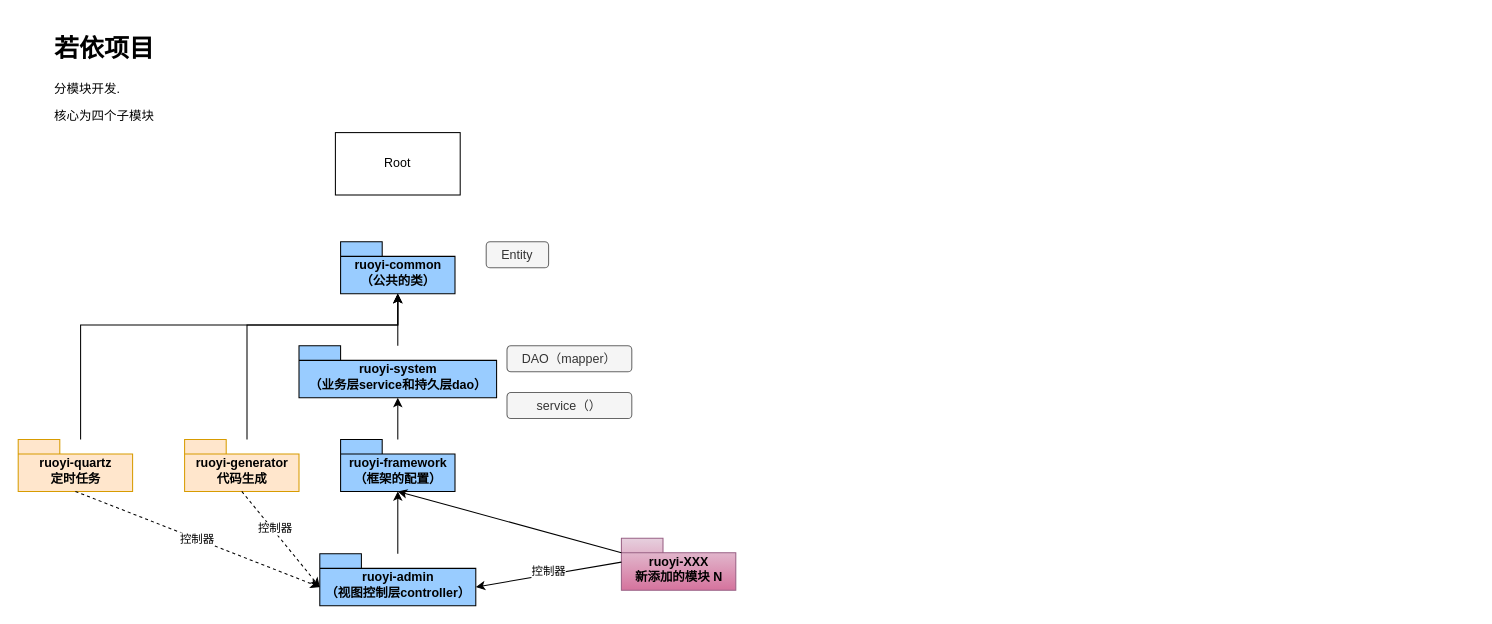
The draw.io diagram page "文件结构（模块关系）" (3 of 6) of RuoYi/若依框架.drawio in weihuohuayi/draw.io, before the edit. Source tidied: cells renumbered, new cells numbered last; positions are measured from the earlier drawing's top-left corner, leaving out a move shared by most shapes. Both pictures are drawn from the tidied source at 104%, with x=0, y=0 at pixel (18, 28).
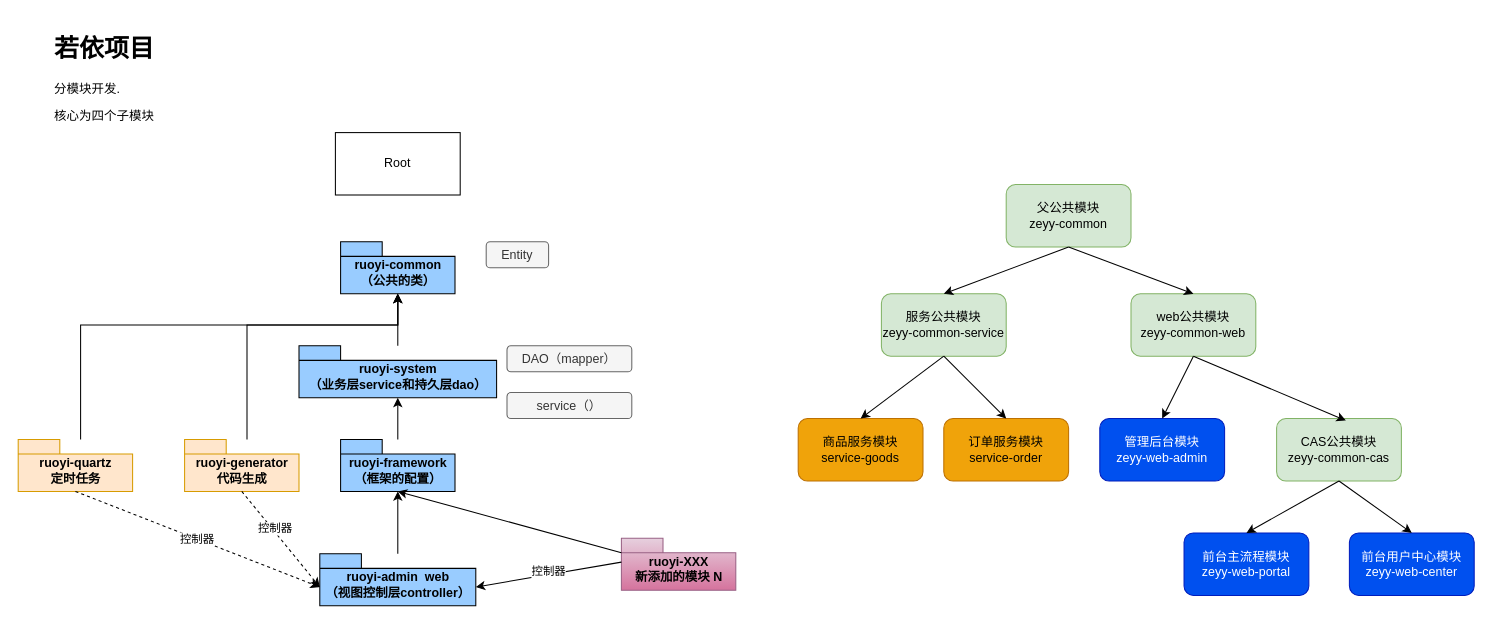
Above is the later version.

What changed in the source:
```diff
@@
-    <mxCell id="10" value="ruoyi-admin&lt;br&gt;（视图控制层controller）" style="shape=folder;fontStyle=1;spacingTop=10;tabWidth=40;tabHeight=14;tabPosition=left;html=1;fillColor=#99CCFF;" parent="1" vertex="1">
+    <mxCell id="10" value="ruoyi-admin&amp;nbsp; web&lt;br&gt;（视图控制层controller）" style="shape=folder;fontStyle=1;spacingTop=10;tabWidth=40;tabHeight=14;tabPosition=left;html=1;fillColor=#99CCFF;" parent="1" vertex="1">
       <mxGeometry x="290" y="505" width="150" height="50" as="geometry" />
     </mxCell>
@@
+    <mxCell id="25" value="父公共模块&lt;br&gt;zeyy-common" style="rounded=1;whiteSpace=wrap;html=1;fillColor=#d5e8d4;strokeColor=#82b366;" parent="1" vertex="1">
+      <mxGeometry x="950" y="150" width="120" height="60" as="geometry" />
+    </mxCell>
+    <mxCell id="26" value="服务公共模块&lt;br&gt;zeyy-common-service" style="rounded=1;whiteSpace=wrap;html=1;fillColor=#d5e8d4;strokeColor=#82b366;" parent="1" vertex="1">
+      <mxGeometry x="830" y="255" width="120" height="60" as="geometry" />
+    </mxCell>
+    <mxCell id="27" value="web公共模块&lt;br&gt;zeyy-common-web" style="rounded=1;whiteSpace=wrap;html=1;fillColor=#d5e8d4;strokeColor=#82b366;" parent="1" vertex="1">
+      <mxGeometry x="1070" y="255" width="120" height="60" as="geometry" />
+    </mxCell>
+    <mxCell id="28" value="商品服务模块&lt;br&gt;service-goods" style="rounded=1;whiteSpace=wrap;html=1;fillColor=#f0a30a;strokeColor=#BD7000;fontColor=#000000;" parent="1" vertex="1">
+      <mxGeometry x="750" y="375" width="120" height="60" as="geometry" />
+    </mxCell>
+    <mxCell id="29" value="订单服务模块&lt;br&gt;service-order" style="rounded=1;whiteSpace=wrap;html=1;fillColor=#f0a30a;strokeColor=#BD7000;fontColor=#000000;" parent="1" vertex="1">
+      <mxGeometry x="890" y="375" width="120" height="60" as="geometry" />
+    </mxCell>
+    <mxCell id="30" value="管理后台模块&lt;br&gt;zeyy-web-admin" style="rounded=1;whiteSpace=wrap;html=1;fillColor=#0050ef;strokeColor=#001DBC;fontColor=#ffffff;" parent="1" vertex="1">
+      <mxGeometry x="1040" y="375" width="120" height="60" as="geometry" />
+    </mxCell>
+    <mxCell id="31" value="CAS公共模块&lt;br&gt;zeyy-common-cas" style="rounded=1;whiteSpace=wrap;html=1;fillColor=#d5e8d4;strokeColor=#82b366;" parent="1" vertex="1">
+      <mxGeometry x="1210" y="375" width="120" height="60" as="geometry" />
+    </mxCell>
+    <mxCell id="32" value="前台主流程模块&lt;br&gt;zeyy-web-portal" style="rounded=1;whiteSpace=wrap;html=1;fillColor=#0050ef;strokeColor=#001DBC;fontColor=#ffffff;" parent="1" vertex="1">
+      <mxGeometry x="1121" y="485" width="120" height="60" as="geometry" />
+    </mxCell>
+    <mxCell id="33" value="前台用户中心模块&lt;br&gt;zeyy-web-center" style="rounded=1;whiteSpace=wrap;html=1;fillColor=#0050ef;strokeColor=#001DBC;fontColor=#ffffff;" parent="1" vertex="1">
+      <mxGeometry x="1280" y="485" width="120" height="60" as="geometry" />
+    </mxCell>
+    <mxCell id="34" style="endArrow=classic;html=1;rounded=0;exitX=0.5;exitY=1;exitDx=0;exitDy=0;entryX=0.5;entryY=0;entryDx=0;entryDy=0;" parent="1" edge="1" source="25" target="26">
+      <mxGeometry relative="1" as="geometry" />
+    </mxCell>
+    <mxCell id="35" style="endArrow=classic;html=1;rounded=0;exitX=0.5;exitY=1;exitDx=0;exitDy=0;entryX=0.5;entryY=0;entryDx=0;entryDy=0;" parent="1" edge="1" source="25" target="27">
+      <mxGeometry relative="1" as="geometry" />
+    </mxCell>
+    <mxCell id="36" style="endArrow=classic;html=1;rounded=0;exitX=0.5;exitY=1;exitDx=0;exitDy=0;entryX=0.5;entryY=0;entryDx=0;entryDy=0;" parent="1" edge="1" source="26" target="28">
+      <mxGeometry relative="1" as="geometry" />
+    </mxCell>
+    <mxCell id="37" style="endArrow=classic;html=1;rounded=0;exitX=0.5;exitY=1;exitDx=0;exitDy=0;entryX=0.5;entryY=0;entryDx=0;entryDy=0;" parent="1" edge="1" source="26" target="29">
+      <mxGeometry relative="1" as="geometry" />
+    </mxCell>
+    <mxCell id="38" style="endArrow=classic;html=1;rounded=0;exitX=0.5;exitY=1;exitDx=0;exitDy=0;entryX=0.5;entryY=0;entryDx=0;entryDy=0;" parent="1" edge="1" source="27" target="30">
+      <mxGeometry relative="1" as="geometry" />
+    </mxCell>
+    <mxCell id="39" style="endArrow=classic;html=1;rounded=0;exitX=0.5;exitY=1;exitDx=0;exitDy=0;entryX=0.555;entryY=0.03;entryDx=0;entryDy=0;entryPerimeter=0;" parent="1" edge="1" source="27" target="31">
+      <mxGeometry relative="1" as="geometry" />
+    </mxCell>
+    <mxCell id="40" style="endArrow=classic;html=1;rounded=0;exitX=0.5;exitY=1;exitDx=0;exitDy=0;entryX=0.5;entryY=0;entryDx=0;entryDy=0;" parent="1" edge="1" source="31" target="32">
+      <mxGeometry relative="1" as="geometry" />
+    </mxCell>
+    <mxCell id="41" style="endArrow=classic;html=1;rounded=0;exitX=0.5;exitY=1;exitDx=0;exitDy=0;entryX=0.5;entryY=0;entryDx=0;entryDy=0;" parent="1" edge="1" source="31" target="33">
+      <mxGeometry relative="1" as="geometry" />
+    </mxCell>
```
